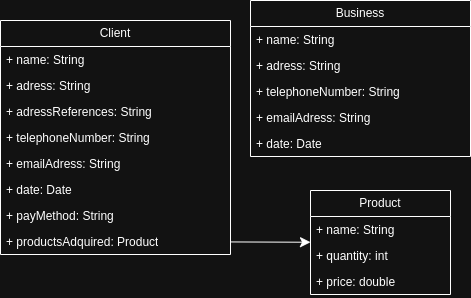
The draw.io diagram ClassDiagramDelidelivery.drawio.png in ImLuisAlvarado/delidelivery, before a commit. Source tidied: cells renumbered, new cells last; positions are measured from the earlier drawing's top-left corner, leaving out a move shared by most shapes.
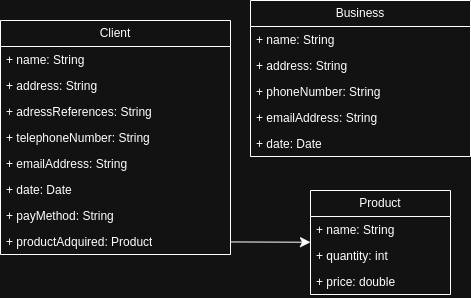
The same diagram one commit later.

Diff of the diagram source:
```diff
@@ -8,13 +8,13 @@
     <mxCell id="3" value="+ name: String" style="text;strokeColor=none;fillColor=none;align=left;verticalAlign=top;spacingLeft=4;spacingRight=4;overflow=hidden;whiteSpace=wrap;html=1;" parent="2" vertex="1">
       <mxGeometry y="26" width="220" height="26" as="geometry" />
     </mxCell>
-    <mxCell id="4" value="+ adress: String" style="text;strokeColor=none;fillColor=none;align=left;verticalAlign=top;spacingLeft=4;spacingRight=4;overflow=hidden;whiteSpace=wrap;html=1;" parent="2" vertex="1">
+    <mxCell id="4" value="+ address: String" style="text;strokeColor=none;fillColor=none;align=left;verticalAlign=top;spacingLeft=4;spacingRight=4;overflow=hidden;whiteSpace=wrap;html=1;" parent="2" vertex="1">
       <mxGeometry y="52" width="220" height="26" as="geometry" />
     </mxCell>
-    <mxCell id="5" value="+ telephoneNumber: String" style="text;strokeColor=none;fillColor=none;align=left;verticalAlign=top;spacingLeft=4;spacingRight=4;overflow=hidden;whiteSpace=wrap;html=1;" parent="2" vertex="1">
+    <mxCell id="5" value="+ phoneNumber: String" style="text;strokeColor=none;fillColor=none;align=left;verticalAlign=top;spacingLeft=4;spacingRight=4;overflow=hidden;whiteSpace=wrap;html=1;" parent="2" vertex="1">
       <mxGeometry y="78" width="220" height="26" as="geometry" />
     </mxCell>
-    <mxCell id="6" value="+ emailAdress: String" style="text;strokeColor=none;fillColor=none;align=left;verticalAlign=top;spacingLeft=4;spacingRight=4;overflow=hidden;whiteSpace=wrap;html=1;" parent="2" vertex="1">
+    <mxCell id="6" value="+ emailAddress: String" style="text;strokeColor=none;fillColor=none;align=left;verticalAlign=top;spacingLeft=4;spacingRight=4;overflow=hidden;whiteSpace=wrap;html=1;" parent="2" vertex="1">
       <mxGeometry y="104" width="220" height="26" as="geometry" />
     </mxCell>
     <mxCell id="7" value="+ date: Date" style="text;strokeColor=none;fillColor=none;align=left;verticalAlign=top;spacingLeft=4;spacingRight=4;overflow=hidden;whiteSpace=wrap;html=1;" parent="2" vertex="1">
@@ -26,7 +26,7 @@
     <mxCell id="9" value="+ name: String" style="text;strokeColor=none;fillColor=none;align=left;verticalAlign=top;spacingLeft=4;spacingRight=4;overflow=hidden;whiteSpace=wrap;html=1;" parent="8" vertex="1">
       <mxGeometry y="26" width="230" height="26" as="geometry" />
     </mxCell>
-    <mxCell id="10" value="+ adress: String" style="text;strokeColor=none;fillColor=none;align=left;verticalAlign=top;spacingLeft=4;spacingRight=4;overflow=hidden;whiteSpace=wrap;html=1;" parent="8" vertex="1">
+    <mxCell id="10" value="+ address: String" style="text;strokeColor=none;fillColor=none;align=left;verticalAlign=top;spacingLeft=4;spacingRight=4;overflow=hidden;whiteSpace=wrap;html=1;" parent="8" vertex="1">
       <mxGeometry y="52" width="230" height="26" as="geometry" />
     </mxCell>
     <mxCell id="11" value="+ adressReferences: String" style="text;strokeColor=none;fillColor=none;align=left;verticalAlign=top;spacingLeft=4;spacingRight=4;overflow=hidden;whiteSpace=wrap;html=1;" parent="8" vertex="1">
@@ -35,7 +35,7 @@
     <mxCell id="12" value="+ telephoneNumber: String" style="text;strokeColor=none;fillColor=none;align=left;verticalAlign=top;spacingLeft=4;spacingRight=4;overflow=hidden;whiteSpace=wrap;html=1;" parent="8" vertex="1">
       <mxGeometry y="104" width="230" height="26" as="geometry" />
     </mxCell>
-    <mxCell id="13" value="+ emailAdress: String" style="text;strokeColor=none;fillColor=none;align=left;verticalAlign=top;spacingLeft=4;spacingRight=4;overflow=hidden;whiteSpace=wrap;html=1;" parent="8" vertex="1">
+    <mxCell id="13" value="+ emailAddress: String" style="text;strokeColor=none;fillColor=none;align=left;verticalAlign=top;spacingLeft=4;spacingRight=4;overflow=hidden;whiteSpace=wrap;html=1;" parent="8" vertex="1">
       <mxGeometry y="130" width="230" height="26" as="geometry" />
     </mxCell>
     <mxCell id="14" value="+ date: Date" style="text;strokeColor=none;fillColor=none;align=left;verticalAlign=top;spacingLeft=4;spacingRight=4;overflow=hidden;whiteSpace=wrap;html=1;" parent="8" vertex="1">
@@ -44,7 +44,7 @@
     <mxCell id="15" value="+ payMethod: String" style="text;strokeColor=none;fillColor=none;align=left;verticalAlign=top;spacingLeft=4;spacingRight=4;overflow=hidden;whiteSpace=wrap;html=1;" parent="8" vertex="1">
       <mxGeometry y="182" width="230" height="26" as="geometry" />
     </mxCell>
-    <mxCell id="16" value="+ productsAdquired: Product" style="text;strokeColor=none;fillColor=none;align=left;verticalAlign=top;spacingLeft=4;spacingRight=4;overflow=hidden;points=[[0,0.5],[1,0.5]];portConstraint=eastwest;whiteSpace=wrap;html=1;" parent="8" vertex="1">
+    <mxCell id="16" value="+ productAdquired: Product" style="text;strokeColor=none;fillColor=none;align=left;verticalAlign=top;spacingLeft=4;spacingRight=4;overflow=hidden;points=[[0,0.5],[1,0.5]];portConstraint=eastwest;whiteSpace=wrap;html=1;" parent="8" vertex="1">
       <mxGeometry y="208" width="230" height="26" as="geometry" />
     </mxCell>
     <mxCell id="17" value="Product" style="swimlane;fontStyle=0;horizontal=1;startSize=26;fillColor=none;whiteSpace=wrap;html=1;" parent="1" vertex="1">
```
